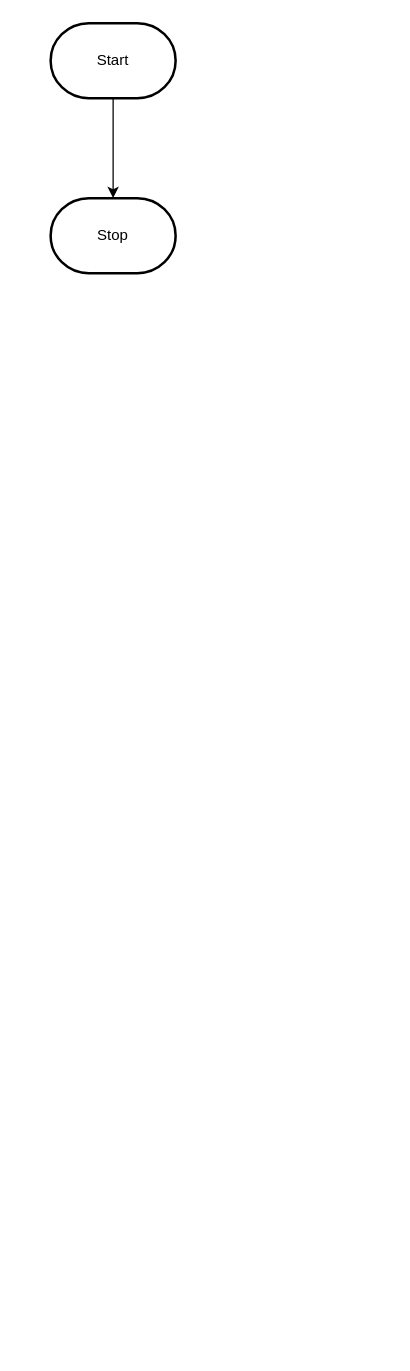
Above: design/flowchart.drawio in MTHS-TEJ2O-1-2023/TEJ2O-Unit-2-10-Jack-Eddy (draw.io), before the change. Source tidied: cells renumbered, new cells numbered last; positions are measured from the earlier drawing's top-left corner, leaving out a move shared by most shapes. Both pictures are drawn from the tidied source at 125%, with x=0, y=0 at pixel (50, 22).
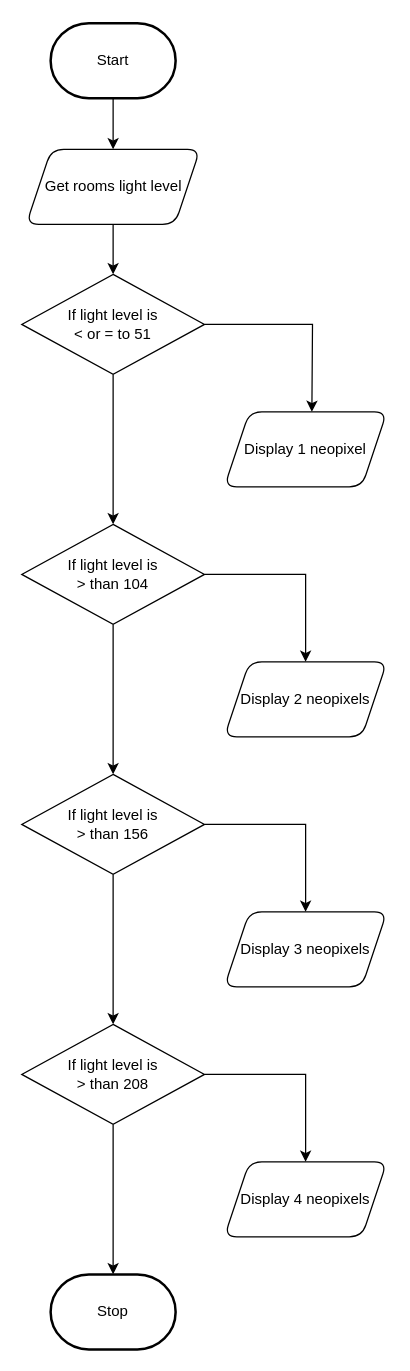
The same diagram, later.

The change refers to these unchanged cells:
```xml
<mxCell id="3" value="Start" style="strokeWidth=2;html=1;shape=mxgraph.flowchart.terminator;whiteSpace=wrap;" parent="1" vertex="1">
  <mxGeometry width="100" height="60" as="geometry" />
</mxCell>
```

Change to the diagram source:
```diff
@@
-    <mxCell id="2" style="edgeStyle=orthogonalEdgeStyle;html=1;rounded=0;" parent="1" edge="1" source="3" target="4">
-      <mxGeometry relative="1" as="geometry" />
-    </mxCell>
+    <mxCell id="5" style="edgeStyle=none;html=1;exitX=0.5;exitY=1;exitDx=0;exitDy=0;exitPerimeter=0;" parent="1" edge="1" source="3" target="9">
+      <mxGeometry relative="1" as="geometry" />
+    </mxCell>
@@
     <mxCell id="4" value="Stop" style="strokeWidth=2;html=1;shape=mxgraph.flowchart.terminator;whiteSpace=wrap;" parent="1" vertex="1">
-      <mxGeometry y="140" width="100" height="60" as="geometry" />
+      <mxGeometry y="1001" width="100" height="60" as="geometry" />
     </mxCell>
+    <mxCell id="6" style="edgeStyle=orthogonalEdgeStyle;html=1;exitX=1;exitY=0.5;exitDx=0;exitDy=0;entryX=0.5;entryY=0;entryDx=0;entryDy=0;rounded=0;" parent="1" edge="1" source="2">
+      <mxGeometry relative="1" as="geometry">
+        <mxPoint x="209" y="311" as="targetPoint" />
+      </mxGeometry>
+    </mxCell>
+    <mxCell id="7" style="edgeStyle=orthogonalEdgeStyle;rounded=0;html=1;exitX=0.5;exitY=1;exitDx=0;exitDy=0;entryX=0.5;entryY=0;entryDx=0;entryDy=0;" parent="1" edge="1" source="2" target="12">
+      <mxGeometry relative="1" as="geometry" />
+    </mxCell>
+    <mxCell id="2" value="If light level is &lt;br&gt;&amp;lt; or = to 51" style="rhombus;whiteSpace=wrap;html=1;" parent="1" vertex="1">
+      <mxGeometry x="-23.1" y="201" width="146.2" height="80" as="geometry" />
+    </mxCell>
+    <mxCell id="8" style="edgeStyle=none;html=1;exitX=0.5;exitY=1;exitDx=0;exitDy=0;" parent="1" edge="1" source="9" target="2">
+      <mxGeometry relative="1" as="geometry" />
+    </mxCell>
+    <mxCell id="9" value="Get rooms light level" style="shape=parallelogram;perimeter=parallelogramPerimeter;whiteSpace=wrap;html=1;fixedSize=1;rounded=1;" parent="1" vertex="1">
+      <mxGeometry x="-19.5" y="101" width="139" height="60" as="geometry" />
+    </mxCell>
+    <mxCell id="10" style="edgeStyle=orthogonalEdgeStyle;rounded=0;html=1;exitX=0.5;exitY=1;exitDx=0;exitDy=0;entryX=0.5;entryY=0;entryDx=0;entryDy=0;" parent="1" edge="1" source="12" target="15">
+      <mxGeometry relative="1" as="geometry" />
+    </mxCell>
+    <mxCell id="11" style="edgeStyle=orthogonalEdgeStyle;rounded=0;html=1;exitX=1;exitY=0.5;exitDx=0;exitDy=0;entryX=0.5;entryY=0;entryDx=0;entryDy=0;" parent="1" edge="1" source="12" target="20">
+      <mxGeometry relative="1" as="geometry" />
+    </mxCell>
+    <mxCell id="12" value="If light level is &lt;br&gt;&amp;gt; than 104" style="rhombus;whiteSpace=wrap;html=1;" parent="1" vertex="1">
+      <mxGeometry x="-23.1" y="401" width="146.2" height="80" as="geometry" />
+    </mxCell>
+    <mxCell id="13" style="edgeStyle=orthogonalEdgeStyle;rounded=0;html=1;exitX=0.5;exitY=1;exitDx=0;exitDy=0;entryX=0.5;entryY=0;entryDx=0;entryDy=0;" parent="1" edge="1" source="15" target="18">
+      <mxGeometry relative="1" as="geometry" />
+    </mxCell>
+    <mxCell id="14" style="edgeStyle=orthogonalEdgeStyle;rounded=0;html=1;exitX=1;exitY=0.5;exitDx=0;exitDy=0;" parent="1" edge="1" source="15" target="21">
+      <mxGeometry relative="1" as="geometry" />
+    </mxCell>
+    <mxCell id="15" value="If light level is &lt;br&gt;&amp;gt; than 156" style="rhombus;whiteSpace=wrap;html=1;" parent="1" vertex="1">
+      <mxGeometry x="-23.1" y="601" width="146.2" height="80" as="geometry" />
+    </mxCell>
+    <mxCell id="16" style="edgeStyle=orthogonalEdgeStyle;rounded=0;html=1;exitX=0.5;exitY=1;exitDx=0;exitDy=0;" parent="1" edge="1" source="18" target="4">
+      <mxGeometry relative="1" as="geometry" />
+    </mxCell>
+    <mxCell id="17" style="edgeStyle=orthogonalEdgeStyle;rounded=0;html=1;exitX=1;exitY=0.5;exitDx=0;exitDy=0;entryX=0.5;entryY=0;entryDx=0;entryDy=0;" parent="1" edge="1" source="18" target="22">
+      <mxGeometry relative="1" as="geometry" />
+    </mxCell>
+    <mxCell id="18" value="If light level is &lt;br&gt;&amp;gt; than 208" style="rhombus;whiteSpace=wrap;html=1;" parent="1" vertex="1">
+      <mxGeometry x="-23.1" y="801" width="146.2" height="80" as="geometry" />
+    </mxCell>
+    <mxCell id="19" value="Display 1 neopixel" style="shape=parallelogram;perimeter=parallelogramPerimeter;whiteSpace=wrap;html=1;fixedSize=1;rounded=1;" parent="1" vertex="1">
+      <mxGeometry x="139" y="311" width="130" height="60" as="geometry" />
+    </mxCell>
+    <mxCell id="20" value="Display 2 neopixels" style="shape=parallelogram;perimeter=parallelogramPerimeter;whiteSpace=wrap;html=1;fixedSize=1;rounded=1;" parent="1" vertex="1">
+      <mxGeometry x="139" y="511" width="130" height="60" as="geometry" />
+    </mxCell>
+    <mxCell id="21" value="Display 3 neopixels" style="shape=parallelogram;perimeter=parallelogramPerimeter;whiteSpace=wrap;html=1;fixedSize=1;rounded=1;" parent="1" vertex="1">
+      <mxGeometry x="139" y="711" width="130" height="60" as="geometry" />
+    </mxCell>
+    <mxCell id="22" value="Display 4 neopixels" style="shape=parallelogram;perimeter=parallelogramPerimeter;whiteSpace=wrap;html=1;fixedSize=1;rounded=1;" parent="1" vertex="1">
+      <mxGeometry x="139" y="911" width="130" height="60" as="geometry" />
+    </mxCell>
```
